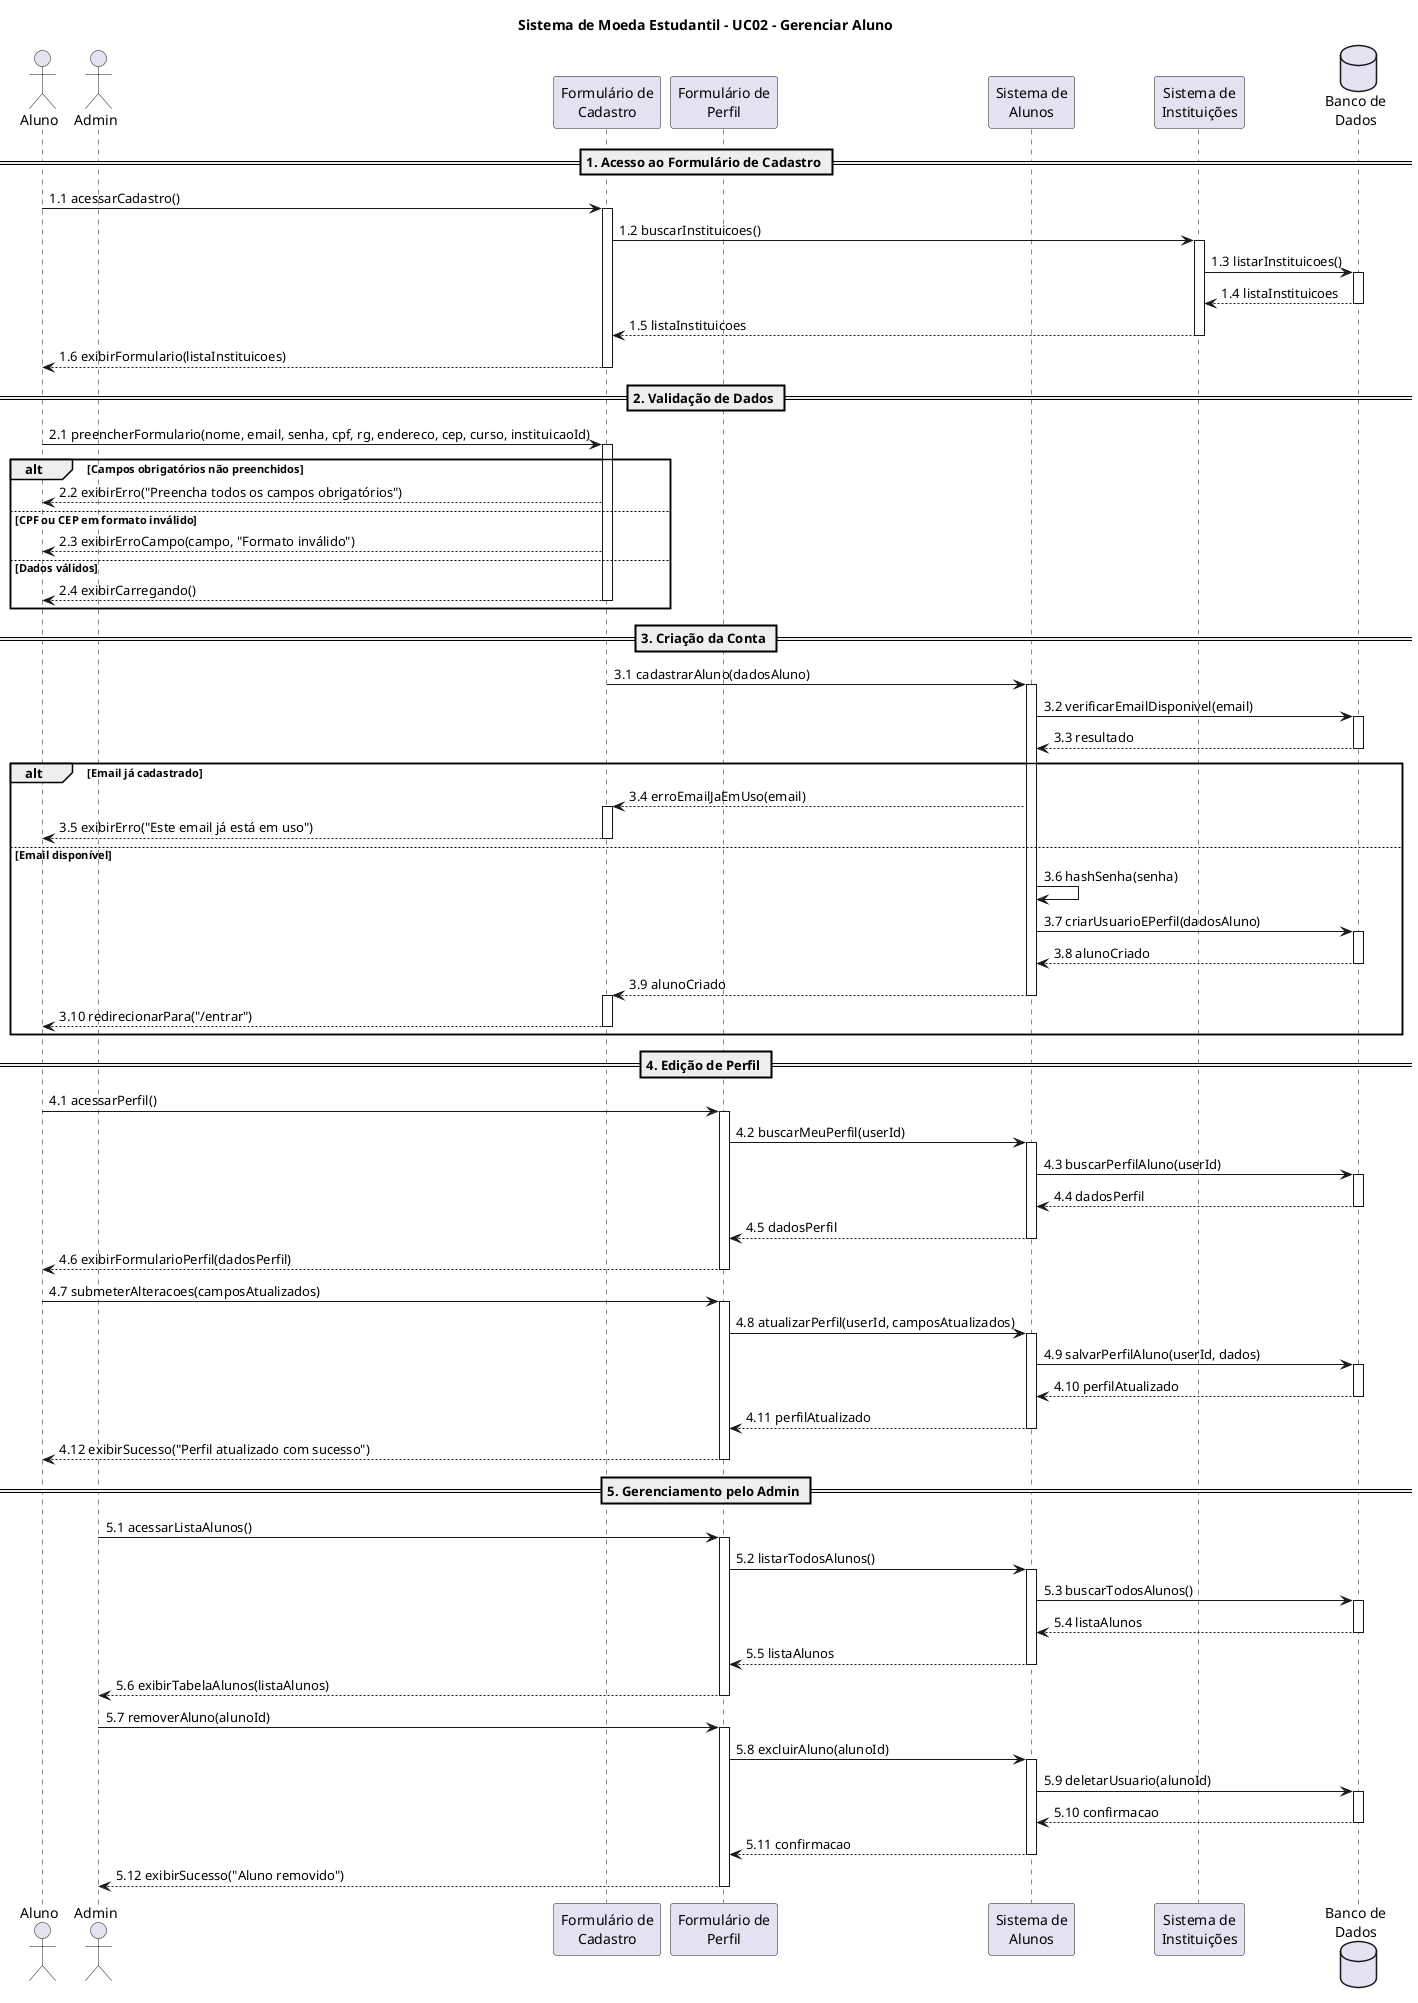
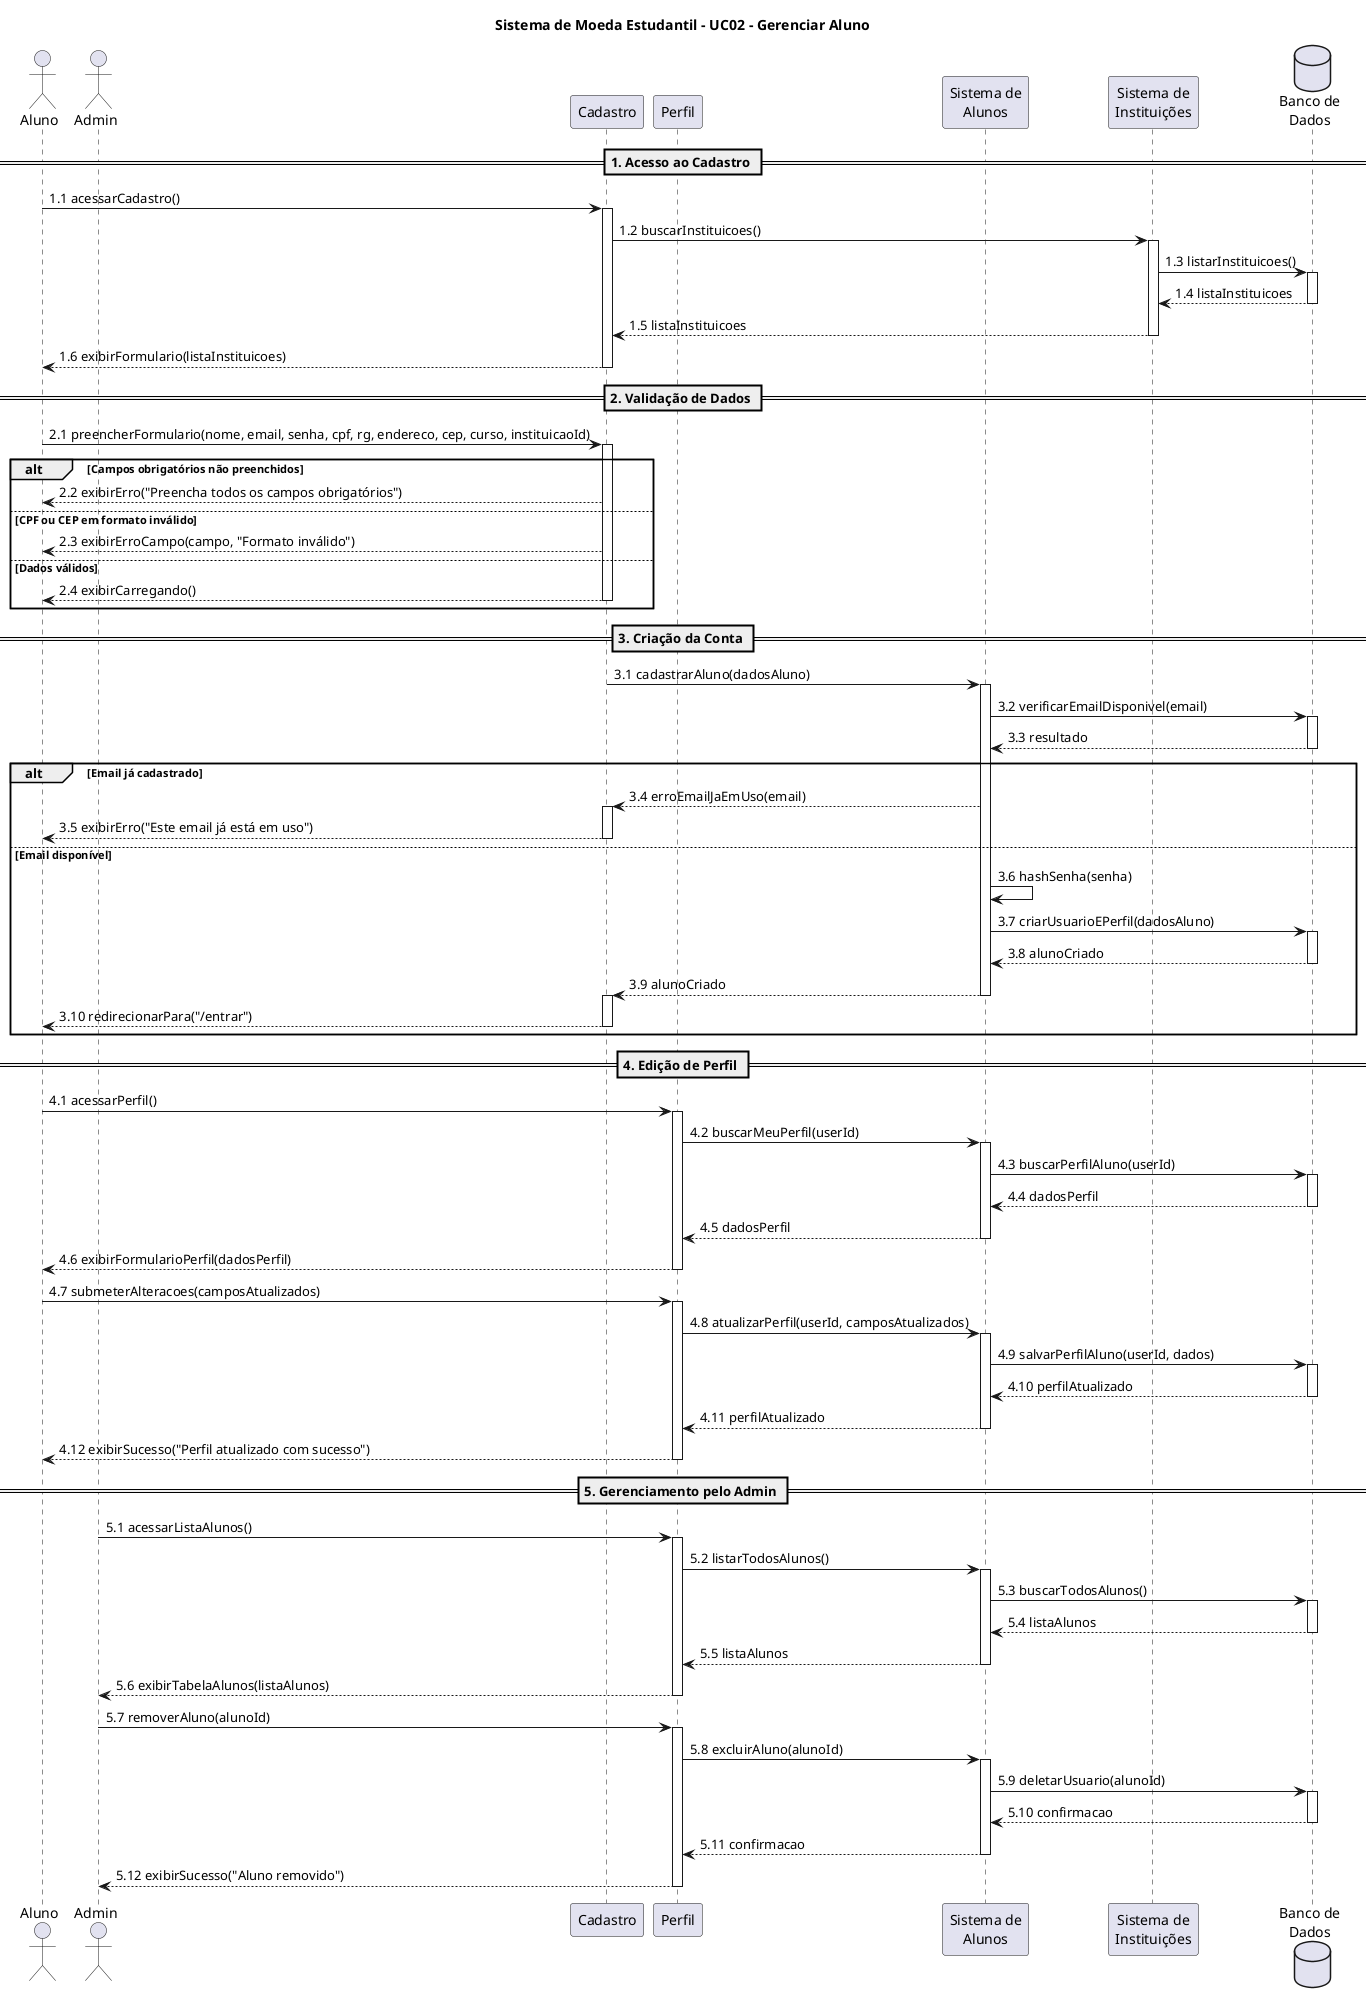
@startuml UC02-GerenciarAluno
title Sistema de Moeda Estudantil - UC02 - Gerenciar Aluno

actor Aluno as A
actor Admin as ADM
- participant "Formulário de\nCadastro" as FC
- participant "Formulário de\nPerfil" as FP
+ participant "Cadastro" as FC
+ participant "Perfil" as FP
participant "Sistema de\nAlunos" as SA
participant "Sistema de\nInstituições" as SI
database "Banco de\nDados" as BD

- == 1. Acesso ao Formulário de Cadastro ==
+ == 1. Acesso ao Cadastro ==

A -> FC: 1.1 acessarCadastro()
activate FC
FC -> SI: 1.2 buscarInstituicoes()
activate SI
SI -> BD: 1.3 listarInstituicoes()
activate BD
BD --> SI: 1.4 listaInstituicoes
deactivate BD
SI --> FC: 1.5 listaInstituicoes
deactivate SI
FC --> A: 1.6 exibirFormulario(listaInstituicoes)
deactivate FC

== 2. Validação de Dados ==

A -> FC: 2.1 preencherFormulario(nome, email, senha, cpf, rg, endereco, cep, curso, instituicaoId)
activate FC

alt Campos obrigatórios não preenchidos
    FC --> A: 2.2 exibirErro("Preencha todos os campos obrigatórios")

else CPF ou CEP em formato inválido
    FC --> A: 2.3 exibirErroCampo(campo, "Formato inválido")

else Dados válidos
    FC --> A: 2.4 exibirCarregando()

    deactivate FC
end

== 3. Criação da Conta ==

FC -> SA: 3.1 cadastrarAluno(dadosAluno)
activate SA
SA -> BD: 3.2 verificarEmailDisponivel(email)
activate BD
BD --> SA: 3.3 resultado
deactivate BD

alt Email já cadastrado
    SA --> FC: 3.4 erroEmailJaEmUso(email)
    activate FC
    FC --> A: 3.5 exibirErro("Este email já está em uso")
    deactivate FC

else Email disponível
    SA -> SA: 3.6 hashSenha(senha)
    SA -> BD: 3.7 criarUsuarioEPerfil(dadosAluno)
    activate BD
    BD --> SA: 3.8 alunoCriado
    deactivate BD
    SA --> FC: 3.9 alunoCriado
    deactivate SA
    activate FC
    FC --> A: 3.10 redirecionarPara("/entrar")
    deactivate FC
end


== 4. Edição de Perfil ==

A -> FP: 4.1 acessarPerfil()
activate FP
FP -> SA: 4.2 buscarMeuPerfil(userId)
activate SA
SA -> BD: 4.3 buscarPerfilAluno(userId)
activate BD
BD --> SA: 4.4 dadosPerfil
deactivate BD
SA --> FP: 4.5 dadosPerfil
deactivate SA
FP --> A: 4.6 exibirFormularioPerfil(dadosPerfil)
deactivate FP

A -> FP: 4.7 submeterAlteracoes(camposAtualizados)
activate FP
FP -> SA: 4.8 atualizarPerfil(userId, camposAtualizados)
activate SA
SA -> BD: 4.9 salvarPerfilAluno(userId, dados)
activate BD
BD --> SA: 4.10 perfilAtualizado
deactivate BD
SA --> FP: 4.11 perfilAtualizado
deactivate SA
FP --> A: 4.12 exibirSucesso("Perfil atualizado com sucesso")
deactivate FP

== 5. Gerenciamento pelo Admin ==

ADM -> FP: 5.1 acessarListaAlunos()
activate FP
FP -> SA: 5.2 listarTodosAlunos()
activate SA
SA -> BD: 5.3 buscarTodosAlunos()
activate BD
BD --> SA: 5.4 listaAlunos
deactivate BD
SA --> FP: 5.5 listaAlunos
deactivate SA
FP --> ADM: 5.6 exibirTabelaAlunos(listaAlunos)
deactivate FP

ADM -> FP: 5.7 removerAluno(alunoId)
activate FP
FP -> SA: 5.8 excluirAluno(alunoId)
activate SA
SA -> BD: 5.9 deletarUsuario(alunoId)
activate BD
BD --> SA: 5.10 confirmacao
deactivate BD
SA --> FP: 5.11 confirmacao
deactivate SA
FP --> ADM: 5.12 exibirSucesso("Aluno removido")
deactivate FP

@enduml
